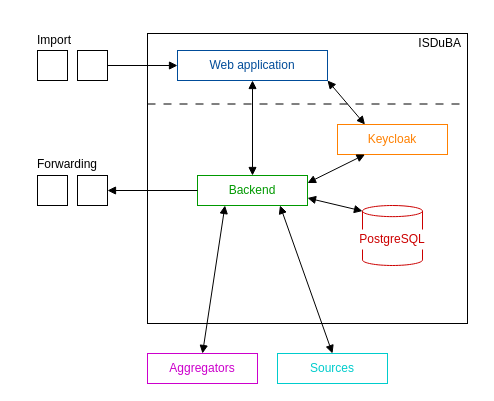
Above: docs/images/overview-diagram.drawio in ISDuBA/ISDuBA (draw.io), before the change. Source tidied: cells renumbered, new cells numbered last; positions are measured from the earlier drawing's top-left corner, leaving out a move shared by most shapes. Both pictures are drawn from the tidied source at 100%, with x=0, y=0 at pixel (37, 30).
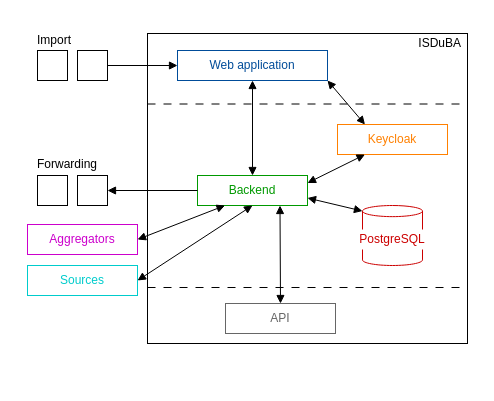
Above is the later version.

Commit message (it also covers changes not shown here):
Add API to overview diagram

The change refers to these unchanged cells:
```xml
<mxCell id="8" value="Backend" style="rounded=0;whiteSpace=wrap;html=1;fontColor=#009900;strokeColor=#009900;" parent="1" vertex="1">
  <mxGeometry x="160" y="145" width="110" height="30" as="geometry" />
</mxCell>
```

The edit, as a diff of the source:
```diff
@@
+    <mxCell id="26" style="rounded=0;whiteSpace=wrap;html=1;strokeColor=none;" parent="1" vertex="1">
+      <mxGeometry x="-20" y="-13" width="460" height="340" as="geometry" />
+    </mxCell>
     <mxCell id="2" style="rounded=0;whiteSpace=wrap;html=1;" parent="1" vertex="1">
-      <mxGeometry x="110" y="3" width="320" height="290" as="geometry" />
+      <mxGeometry x="110" y="3" width="320" height="310" as="geometry" />
     </mxCell>
@@
     <mxCell id="20" value="Aggregators" style="rounded=0;whiteSpace=wrap;html=1;fontColor=#CC00CC;strokeColor=#CC00CC;" parent="1" vertex="1">
-      <mxGeometry x="110" y="323" width="110" height="30" as="geometry" />
+      <mxGeometry x="-10" y="194" width="110" height="30" as="geometry" />
     </mxCell>
     <mxCell id="21" value="Sources" style="rounded=0;whiteSpace=wrap;html=1;fontColor=#00CCCC;strokeColor=#00CCCC;" parent="1" vertex="1">
-      <mxGeometry x="240" y="323" width="110" height="30" as="geometry" />
+      <mxGeometry x="-10" y="235" width="110" height="30" as="geometry" />
     </mxCell>
@@
-    <mxCell id="24" style="endArrow=block;html=1;rounded=0;entryX=0.5;entryY=0;entryDx=0;entryDy=0;exitX=0.25;exitY=1;exitDx=0;exitDy=0;strokeWidth=1;endFill=1;startArrow=block;startFill=1;" parent="1" edge="1" source="8" target="20">
+    <mxCell id="24" style="endArrow=block;html=1;rounded=0;entryX=1;entryY=0.5;entryDx=0;entryDy=0;exitX=0.25;exitY=1;exitDx=0;exitDy=0;strokeWidth=1;endFill=1;startArrow=block;startFill=1;" parent="1" edge="1" source="8" target="20">
       <mxGeometry relative="1" as="geometry" />
     </mxCell>
-    <mxCell id="25" style="endArrow=block;html=1;rounded=0;entryX=0.5;entryY=0;entryDx=0;entryDy=0;exitX=0.75;exitY=1;exitDx=0;exitDy=0;strokeWidth=1;endFill=1;startArrow=block;startFill=1;" parent="1" edge="1" source="8" target="21">
+    <mxCell id="25" style="endArrow=block;html=1;rounded=0;entryX=1;entryY=0.5;entryDx=0;entryDy=0;exitX=0.5;exitY=1;exitDx=0;exitDy=0;strokeWidth=1;endFill=1;startArrow=block;startFill=1;" parent="1" edge="1" source="8" target="21">
       <mxGeometry relative="1" as="geometry" />
     </mxCell>
+    <mxCell id="27" value="API" style="rounded=0;whiteSpace=wrap;html=1;fontColor=#666666;strokeColor=#666666;" parent="1" vertex="1">
+      <mxGeometry x="188" y="273" width="110" height="30" as="geometry" />
+    </mxCell>
+    <mxCell id="28" style="endArrow=block;html=1;rounded=0;entryX=0.5;entryY=0;entryDx=0;entryDy=0;exitX=0.75;exitY=1;exitDx=0;exitDy=0;strokeWidth=1;endFill=1;startArrow=block;startFill=1;" parent="1" edge="1" source="8" target="27">
+      <mxGeometry relative="1" as="geometry" />
+    </mxCell>
+    <mxCell id="29" style="endArrow=none;html=1;rounded=0;exitX=0;exitY=0.25;exitDx=0;exitDy=0;entryX=1;entryY=0.25;entryDx=0;entryDy=0;dashed=1;dashPattern=8 8;" parent="1" edge="1">
+      <mxGeometry relative="1" as="geometry">
+        <mxPoint x="110" y="257" as="sourcePoint" />
+        <mxPoint x="430" y="257" as="targetPoint" />
+      </mxGeometry>
+    </mxCell>
```
